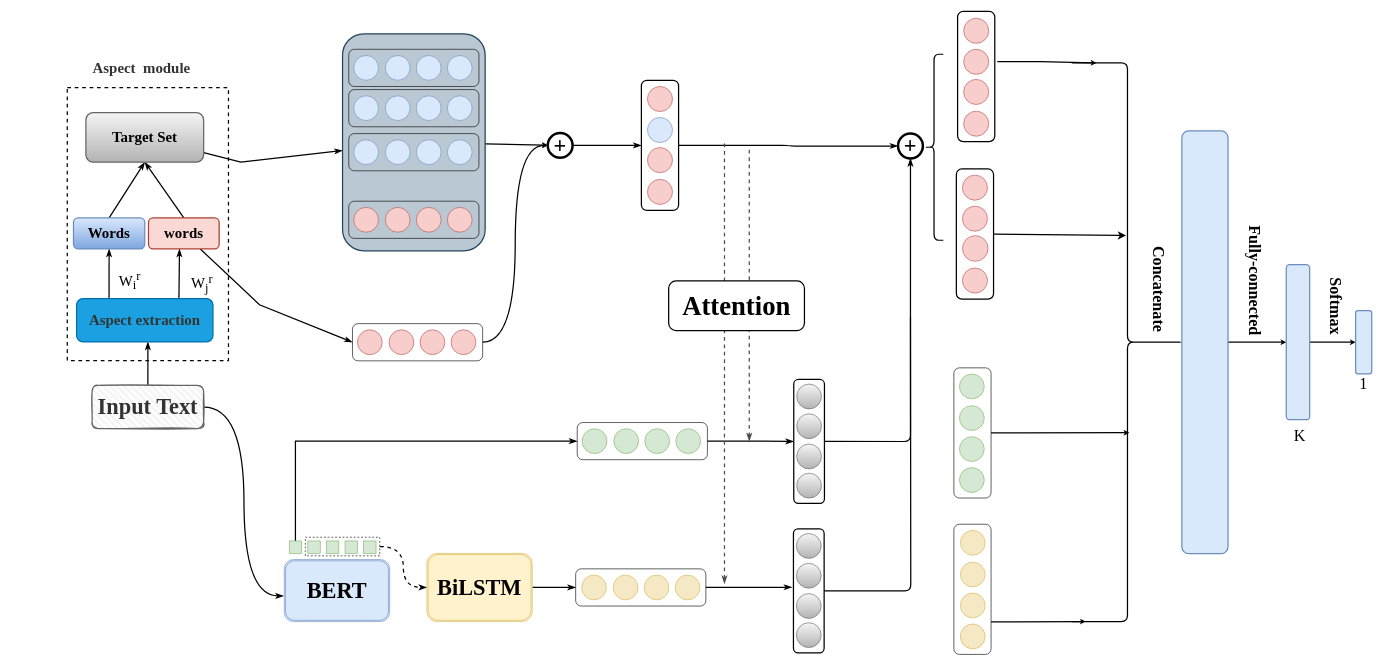
SiMlLeSYF/new keeps this draw.io diagram as 模型.drawio. Above is the earlier version. Source tidied: cells renumbered, new cells numbered last; positions are measured from the earlier drawing's top-left corner, leaving out a move shared by most shapes. Both pictures are drawn from the tidied source at 62%, with x=0, y=0 at pixel (67, 11).
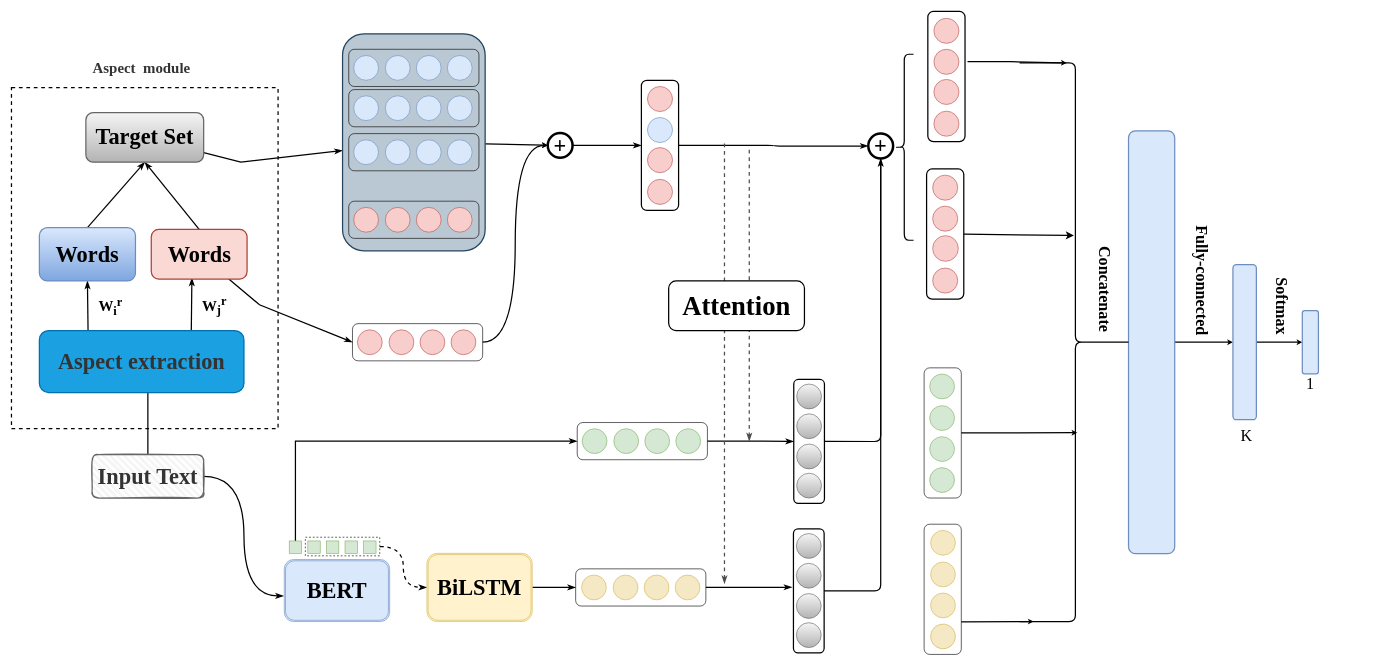
The same diagram, later.

The change refers to these unchanged cells:
```xml
<mxCell id="65" style="rounded=1;whiteSpace=wrap;html=1;fontFamily=Times New Roman;fontSize=36;strokeColor=#000000;strokeWidth=2;fillColor=none;rotation=90;" parent="1" vertex="1">
  <mxGeometry x="1096" y="909.9" width="200" height="49.5" as="geometry" />
</mxCell>
```

Change to the diagram source:
```diff
@@
     <mxCell id="6" value="&lt;font style=&quot;font-size: 36px;&quot; face=&quot;Times New Roman&quot;&gt;&lt;b&gt;Input Text&lt;/b&gt;&lt;/font&gt;" style="rounded=1;whiteSpace=wrap;html=1;strokeWidth=2;fillWeight=4;hachureGap=8;hachureAngle=45;sketch=1;fontSize=24;direction=west;fillColor=#f5f5f5;fontColor=#333333;strokeColor=#666666;" parent="1" vertex="1">
-      <mxGeometry x="40" y="603" width="180" height="70" as="geometry" />
+      <mxGeometry x="40" y="714.8" width="180" height="70" as="geometry" />
     </mxCell>
@@
     <mxCell id="24" style="rounded=0;whiteSpace=wrap;html=1;fontFamily=Times New Roman;fontSize=36;fillColor=none;dashed=1;strokeWidth=2;" parent="1" vertex="1">
-      <mxGeometry y="123" width="260" height="440" as="geometry" />
+      <mxGeometry x="-90" y="123" width="430" height="550" as="geometry" />
     </mxCell>
@@
     <mxCell id="27" style="edgeStyle=none;rounded=0;sketch=0;orthogonalLoop=1;jettySize=auto;html=1;exitX=0.75;exitY=0;exitDx=0;exitDy=0;entryX=0.5;entryY=1;entryDx=0;entryDy=0;fontFamily=Times New Roman;fontSize=24;startArrow=none;startFill=0;endArrow=classicThin;endFill=1;endSize=7;strokeWidth=2;elbow=vertical;" parent="1" edge="1">
       <mxGeometry relative="1" as="geometry">
-        <mxPoint x="180" y="473" as="sourcePoint" />
-        <mxPoint x="181" y="383" as="targetPoint" />
+        <mxPoint x="200" y="519.6" as="sourcePoint" />
+        <mxPoint x="201" y="429.6" as="targetPoint" />
       </mxGeometry>
     </mxCell>
-    <mxCell id="28" value="&lt;span style=&quot;color: rgb(51, 51, 51); text-align: start;&quot;&gt;&lt;b style=&quot;&quot;&gt;&lt;font style=&quot;font-size: 24px;&quot;&gt;Aspect extraction&lt;/font&gt;&lt;/b&gt;&lt;/span&gt;" style="rounded=1;whiteSpace=wrap;html=1;fontFamily=Times New Roman;fontSize=24;strokeWidth=2;fillColor=#1ba1e2;fontColor=#ffffff;strokeColor=#006EAF;" parent="1" vertex="1">
-      <mxGeometry x="15" y="463" width="220" height="70" as="geometry" />
+    <mxCell id="28" value="&lt;span style=&quot;color: rgb(51, 51, 51); text-align: start;&quot;&gt;&lt;b style=&quot;&quot;&gt;&lt;font style=&quot;font-size: 36px;&quot;&gt;Aspect extraction&lt;/font&gt;&lt;/b&gt;&lt;/span&gt;" style="rounded=1;whiteSpace=wrap;html=1;fontFamily=Times New Roman;fontSize=24;strokeWidth=2;fillColor=#1ba1e2;fontColor=#ffffff;strokeColor=#006EAF;" parent="1" vertex="1">
+      <mxGeometry x="-45" y="514.6" width="330" height="100" as="geometry" />
     </mxCell>
@@
-    <mxCell id="30" value="&lt;b&gt;Words&lt;/b&gt;" style="rounded=1;whiteSpace=wrap;html=1;fontFamily=Times New Roman;fontSize=24;strokeWidth=2;fillColor=#dae8fc;strokeColor=#6c8ebf;gradientColor=#7ea6e0;" parent="1" vertex="1">
-      <mxGeometry x="10" y="333" width="115" height="50" as="geometry" />
+    <mxCell id="30" value="&lt;b&gt;&lt;font style=&quot;font-size: 36px;&quot;&gt;Words&lt;/font&gt;&lt;/b&gt;" style="rounded=1;whiteSpace=wrap;html=1;fontFamily=Times New Roman;fontSize=24;strokeWidth=2;fillColor=#dae8fc;strokeColor=#6c8ebf;gradientColor=#7ea6e0;" parent="1" vertex="1">
+      <mxGeometry x="-45" y="348.6" width="155" height="86" as="geometry" />
     </mxCell>
@@
-    <mxCell id="33" value="&lt;b&gt;words&lt;/b&gt;" style="rounded=1;whiteSpace=wrap;html=1;fontFamily=Times New Roman;fontSize=24;strokeWidth=2;fillColor=#fad9d5;strokeColor=#ae4132;" parent="1" vertex="1">
-      <mxGeometry x="131" y="333" width="114" height="50" as="geometry" />
+    <mxCell id="33" value="&lt;b&gt;&lt;font style=&quot;font-size: 36px;&quot;&gt;Words&lt;/font&gt;&lt;/b&gt;" style="rounded=1;whiteSpace=wrap;html=1;fontFamily=Times New Roman;fontSize=24;strokeWidth=2;fillColor=#fad9d5;strokeColor=#ae4132;" parent="1" vertex="1">
+      <mxGeometry x="135.5" y="351.6" width="154.5" height="80" as="geometry" />
     </mxCell>
-    <mxCell id="34" value="W&lt;sub&gt;i&lt;/sub&gt;&lt;sup&gt;r&lt;/sup&gt;" style="text;html=1;strokeColor=none;fillColor=none;align=center;verticalAlign=middle;whiteSpace=wrap;rounded=0;fontFamily=Times New Roman;fontSize=24;" parent="1" vertex="1">
-      <mxGeometry x="71" y="419" width="60" height="30" as="geometry" />
+    <mxCell id="34" value="W&lt;sub&gt;i&lt;/sub&gt;&lt;sup&gt;r&lt;/sup&gt;" style="text;html=1;strokeColor=none;fillColor=none;align=center;verticalAlign=middle;whiteSpace=wrap;rounded=0;fontFamily=Times New Roman;fontSize=24;fontStyle=1;" parent="1" vertex="1">
+      <mxGeometry x="40" y="459.6" width="60" height="30" as="geometry" />
     </mxCell>
-    <mxCell id="35" value="W&lt;sub&gt;j&lt;/sub&gt;&lt;sup&gt;r&amp;nbsp;&lt;/sup&gt;" style="text;html=1;strokeColor=none;fillColor=none;align=center;verticalAlign=middle;whiteSpace=wrap;rounded=0;fontFamily=Times New Roman;fontSize=24;" parent="1" vertex="1">
-      <mxGeometry x="190" y="423" width="60" height="30" as="geometry" />
+    <mxCell id="35" value="W&lt;sub&gt;j&lt;/sub&gt;&lt;sup&gt;r&amp;nbsp;&lt;/sup&gt;" style="text;html=1;strokeColor=none;fillColor=none;align=center;verticalAlign=middle;whiteSpace=wrap;rounded=0;fontFamily=Times New Roman;fontSize=24;fontStyle=1;" parent="1" vertex="1">
+      <mxGeometry x="210" y="459" width="60" height="30" as="geometry" />
     </mxCell>
@@
-    <mxCell id="37" value="&lt;b&gt;Target Set&lt;/b&gt;" style="rounded=1;whiteSpace=wrap;html=1;fontFamily=Times New Roman;fontSize=24;strokeWidth=2;fillColor=#f5f5f5;strokeColor=#666666;gradientColor=#b3b3b3;" parent="1" vertex="1">
+    <mxCell id="37" value="&lt;b&gt;&lt;font style=&quot;font-size: 36px;&quot;&gt;Target Set&lt;/font&gt;&lt;/b&gt;" style="rounded=1;whiteSpace=wrap;html=1;fontFamily=Times New Roman;fontSize=24;strokeWidth=2;fillColor=#f5f5f5;strokeColor=#666666;gradientColor=#b3b3b3;" parent="1" vertex="1">
       <mxGeometry x="30" y="163" width="190" height="80" as="geometry" />
     </mxCell>
@@
     <mxCell id="50" style="group;" parent="1" vertex="1">
-      <mxGeometry x="1436" y="1" width="60" height="210" as="geometry" />
+      <mxGeometry x="1388" y="1" width="60" height="210" as="geometry" />
     </mxCell>
@@
-    <mxCell id="64" style="edgeStyle=orthogonalEdgeStyle;sketch=0;jettySize=auto;html=1;exitX=0.5;exitY=0;exitDx=0;exitDy=0;fontFamily=Times New Roman;fontSize=26;startArrow=none;startFill=0;endArrow=none;endFill=0;endSize=7;strokeColor=#000000;strokeWidth=2;elbow=vertical;" parent="1" edge="1" source="65">
-      <mxGeometry relative="1" as="geometry">
-        <mxPoint x="1360" y="493" as="targetPoint" />
-      </mxGeometry>
+    <mxCell id="64" style="edgeStyle=orthogonalEdgeStyle;sketch=0;jettySize=auto;html=1;exitX=0.5;exitY=0;exitDx=0;exitDy=0;fontFamily=Times New Roman;fontSize=26;startArrow=none;startFill=0;endArrow=none;endFill=0;endSize=7;strokeColor=#000000;strokeWidth=2;elbow=vertical;entryX=0.5;entryY=1;entryDx=0;entryDy=0;" parent="1" edge="1" source="65" target="70">
+      <mxGeometry relative="1" as="geometry" />
     </mxCell>
@@
     <mxCell id="70" value="&lt;b&gt;&lt;font style=&quot;font-size: 36px;&quot;&gt;+&lt;/font&gt;&lt;/b&gt;" style="ellipse;whiteSpace=wrap;html=1;fontFamily=Times New Roman;fontSize=24;strokeWidth=4;fillColor=none;" parent="1" vertex="1">
-      <mxGeometry x="1340" y="197" width="40" height="40" as="geometry" />
+      <mxGeometry x="1292" y="197" width="40" height="40" as="geometry" />
     </mxCell>
     <mxCell id="71" style="group;" parent="1" vertex="1">
-      <mxGeometry x="1430" y="827" width="60" height="210" as="geometry" />
+      <mxGeometry x="1382" y="827" width="60" height="210" as="geometry" />
     </mxCell>
@@
     <mxCell id="78" style="group;" parent="1" vertex="1">
-      <mxGeometry x="1430" y="574.8" width="60" height="210" as="geometry" />
+      <mxGeometry x="1382" y="574.8" width="60" height="210" as="geometry" />
     </mxCell>
@@
     <mxCell id="85" style="shape=curlyBracket;whiteSpace=wrap;html=1;rounded=1;fontFamily=Times New Roman;fontSize=26;strokeColor=#000000;strokeWidth=2;fillColor=none;size=0.5;" parent="1" vertex="1">
-      <mxGeometry x="1383" y="69" width="30" height="300" as="geometry" />
+      <mxGeometry x="1335" y="69" width="30" height="300" as="geometry" />
     </mxCell>
     <mxCell id="86" style="group;" parent="1" vertex="1">
-      <mxGeometry x="1434" y="254" width="60" height="210" as="geometry" />
+      <mxGeometry x="1386" y="254" width="60" height="210" as="geometry" />
     </mxCell>
@@
     <mxCell id="93" style="rounded=1;whiteSpace=wrap;html=1;fontFamily=Times New Roman;fontSize=26;strokeColor=#6c8ebf;strokeWidth=2;fillColor=#dae8fc;rotation=90;" parent="1" vertex="1">
-      <mxGeometry x="1494" y="496.2" width="681.9" height="74.5" as="geometry" />
+      <mxGeometry x="1408" y="496.2" width="681.9" height="74.5" as="geometry" />
     </mxCell>
     <mxCell id="94" style="shape=curlyBracket;whiteSpace=wrap;html=1;rounded=1;flipH=1;fontFamily=Times New Roman;fontSize=26;strokeColor=#000000;strokeWidth=2;fillColor=none;" parent="1" vertex="1">
-      <mxGeometry x="1620" y="83" width="180" height="901" as="geometry" />
+      <mxGeometry x="1536" y="83" width="180" height="901" as="geometry" />
     </mxCell>
@@
     <mxCell id="96" style="sketch=0;orthogonalLoop=1;jettySize=auto;html=1;fontFamily=Times New Roman;fontSize=26;startArrow=none;startFill=0;endArrow=classic;endFill=1;endSize=3;strokeColor=#000000;strokeWidth=2;elbow=vertical;rounded=0;" parent="1" edge="1">
       <mxGeometry relative="1" as="geometry">
-        <mxPoint x="1500" y="81" as="sourcePoint" />
-        <mxPoint x="1660" y="83" as="targetPoint" />
+        <mxPoint x="1452" y="81" as="sourcePoint" />
+        <mxPoint x="1612" y="83" as="targetPoint" />
         <Array as="points">
-          <mxPoint x="1570" y="81" />
+          <mxPoint x="1522" y="81" />
         </Array>
       </mxGeometry>
     </mxCell>
@@
     <mxCell id="99" value="&lt;b&gt;Concatenate&lt;/b&gt;" style="text;html=1;strokeColor=none;fillColor=none;align=center;verticalAlign=middle;whiteSpace=wrap;rounded=0;fontFamily=Times New Roman;fontSize=26;rotation=90;" parent="1" vertex="1">
-      <mxGeometry x="1730" y="433" width="60" height="30" as="geometry" />
+      <mxGeometry x="1644" y="433" width="60" height="30" as="geometry" />
     </mxCell>
@@
     <mxCell id="101" style="rounded=1;whiteSpace=wrap;html=1;fontFamily=Times New Roman;fontSize=26;strokeColor=#6c8ebf;strokeWidth=2;fillColor=#dae8fc;rotation=90;" parent="1" vertex="1">
-      <mxGeometry x="1860" y="514.6" width="250" height="37.8" as="geometry" />
+      <mxGeometry x="1774" y="514.6" width="250" height="37.8" as="geometry" />
     </mxCell>
     <mxCell id="102" value="&lt;b&gt;Fully-connected&lt;/b&gt;" style="text;html=1;strokeColor=none;fillColor=none;align=center;verticalAlign=middle;whiteSpace=wrap;rounded=0;fontFamily=Times New Roman;fontSize=26;rotation=90;" parent="1" vertex="1">
-      <mxGeometry x="1820" y="379" width="192" height="110" as="geometry" />
+      <mxGeometry x="1734" y="379" width="192" height="110" as="geometry" />
     </mxCell>
     <mxCell id="103" value="K" style="text;html=1;strokeColor=none;fillColor=none;align=center;verticalAlign=middle;whiteSpace=wrap;rounded=0;fontFamily=Times New Roman;fontSize=26;" parent="1" vertex="1">
-      <mxGeometry x="1958" y="670" width="60" height="30" as="geometry" />
+      <mxGeometry x="1872" y="670" width="60" height="30" as="geometry" />
     </mxCell>
     <mxCell id="104" style="rounded=1;whiteSpace=wrap;html=1;fontFamily=Times New Roman;fontSize=26;strokeColor=#6c8ebf;strokeWidth=2;fillColor=#dae8fc;rotation=90;" parent="1" vertex="1">
-      <mxGeometry x="2040" y="520.5" width="102" height="26" as="geometry" />
+      <mxGeometry x="1954" y="520.5" width="102" height="26" as="geometry" />
     </mxCell>
     <mxCell id="105" value="&lt;b&gt;Softmax&lt;/b&gt;" style="text;html=1;strokeColor=none;fillColor=none;align=center;verticalAlign=middle;whiteSpace=wrap;rounded=0;fontFamily=Times New Roman;fontSize=26;rotation=90;" parent="1" vertex="1">
-      <mxGeometry x="1950" y="420.5" width="192" height="110" as="geometry" />
+      <mxGeometry x="1864" y="420.5" width="192" height="110" as="geometry" />
     </mxCell>
     <mxCell id="106" value="1" style="text;html=1;strokeColor=none;fillColor=none;align=center;verticalAlign=middle;whiteSpace=wrap;rounded=0;fontFamily=Times New Roman;fontSize=26;" parent="1" vertex="1">
-      <mxGeometry x="2061" y="585" width="60" height="30" as="geometry" />
+      <mxGeometry x="1975" y="585" width="60" height="30" as="geometry" />
     </mxCell>
```
